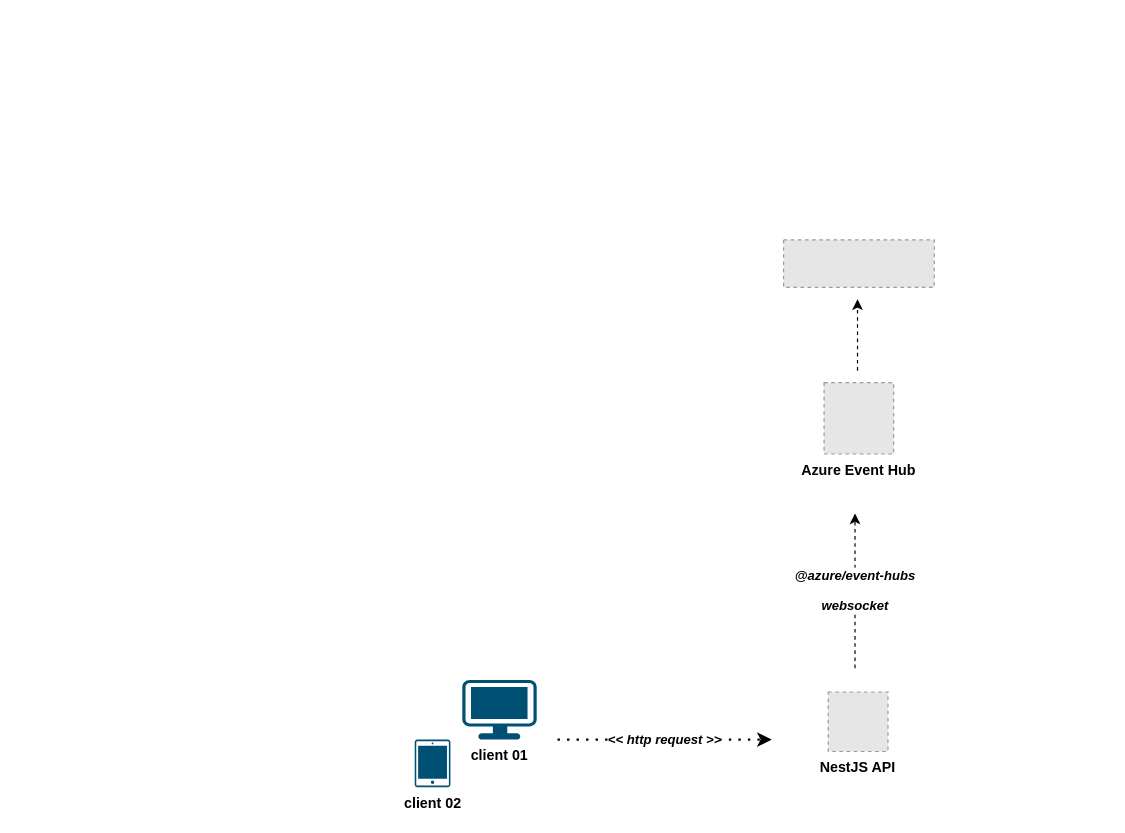
rribeiro93k/draw-docs keeps this draw.io diagram as page "Page-3" (3 of 3) of Via+Mobile-Front-ci-cd.drawio. Above is the earlier version. Source tidied: cells renumbered, new cells numbered last; positions are measured from the earlier drawing's top-left corner, leaving out a move shared by most shapes. Both pictures are drawn from the tidied source at 119%, with x=0, y=0 at pixel (414, 239). Pictures stored in the file or linked from it are replaced by grey dashed boxes.
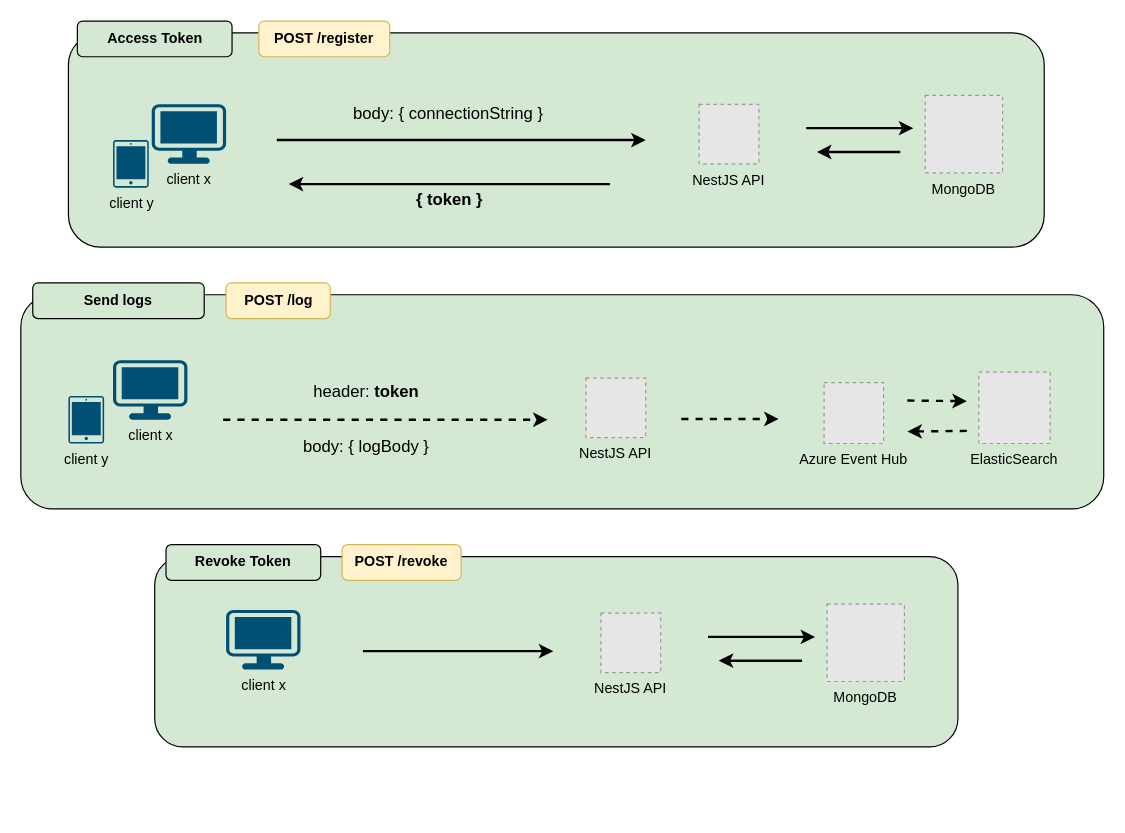
Above is the later version.

Diff of the diagram source:
```diff
@@
-    <mxCell id="2" style="edgeStyle=orthogonalEdgeStyle;rounded=0;orthogonalLoop=1;jettySize=auto;html=1;dashed=1;" parent="1" edge="1">
-      <mxGeometry relative="1" as="geometry">
-        <mxPoint x="372.1" y="110" as="sourcePoint" />
-        <mxPoint x="372.1" y="50" as="targetPoint" />
-      </mxGeometry>
-    </mxCell>
-    <mxCell id="3" value="&lt;i&gt;@azure/event-hubs&lt;br&gt;&lt;br&gt;websocket&lt;br&gt;&lt;/i&gt;" style="edgeStyle=orthogonalEdgeStyle;rounded=0;orthogonalLoop=1;jettySize=auto;html=1;entryX=0.5;entryY=1;entryDx=0;entryDy=0;entryPerimeter=0;dashed=1;labelBackgroundColor=default;fontStyle=1;" parent="1" edge="1">
-      <mxGeometry relative="1" as="geometry">
-        <mxPoint x="370" y="360" as="sourcePoint" />
-        <mxPoint x="370" y="230" as="targetPoint" />
-      </mxGeometry>
-    </mxCell>
-    <mxCell id="4" value="client 01" style="verticalLabelPosition=bottom;sketch=0;html=1;verticalAlign=top;align=center;shape=mxgraph.cisco19.workstation;fillColor=#005073;strokeColor=none;fontStyle=1;" parent="1" vertex="1">
-      <mxGeometry x="40" y="370" width="62.5" height="50" as="geometry" />
-    </mxCell>
-    <mxCell id="5" value="client 02" style="sketch=0;verticalLabelPosition=bottom;html=1;verticalAlign=top;align=center;shape=mxgraph.cisco19.handheld;fillColor=#005073;strokeColor=none;fontStyle=1;" parent="1" vertex="1">
-      <mxGeometry y="420" width="30" height="40" as="geometry" />
-    </mxCell>
-    <mxCell id="6" value="NestJS API" style="fillColor=#E6E6E6;strokeColor=#999999;dashed=1;verticalLabelPosition=bottom;labelBackgroundColor=default;verticalAlign=top;fontStyle=1;" parent="1" vertex="1">
-      <mxGeometry x="347.5" y="380" width="50.2" height="50" as="geometry" />
-    </mxCell>
-    <mxCell id="7" value="&lt;i&gt;&amp;lt;&amp;lt; http request &amp;gt;&amp;gt;&lt;/i&gt;" style="endArrow=classic;dashed=1;html=1;dashPattern=1 3;strokeWidth=2;rounded=0;endFill=1;fontStyle=1;" parent="1" edge="1">
-      <mxGeometry relative="1" as="geometry">
-        <mxPoint x="120" y="420" as="sourcePoint" />
-        <mxPoint x="300" y="420" as="targetPoint" />
-      </mxGeometry>
-    </mxCell>
-    <mxCell id="8" style="fillColor=#E6E6E6;strokeColor=#999999;dashed=1;verticalLabelPosition=bottom;labelBackgroundColor=default;verticalAlign=top;" parent="1" vertex="1">
-      <mxGeometry x="310" width="126.6" height="40" as="geometry" />
-    </mxCell>
+    <mxCell id="10" style="rounded=1;whiteSpace=wrap;html=1;fillColor=#d5e8d4;strokeColor=#000000;" parent="1" vertex="1">
+      <mxGeometry x="-291" y="-173.8" width="820" height="180" as="geometry" />
+    </mxCell>
+    <mxCell id="11" value="Access Token" style="rounded=1;whiteSpace=wrap;html=1;fillColor=#d5e8d4;strokeColor=#000000;fontStyle=1;" parent="1" vertex="1">
+      <mxGeometry x="-283.5" y="-183.8" width="130" height="30" as="geometry" />
+    </mxCell>
+    <mxCell id="12" value="&lt;span style=&quot;font-size: 14px;&quot;&gt;{ token }&lt;br&gt;&lt;/span&gt;" style="endArrow=classic;html=1;strokeWidth=2;rounded=0;endFill=1;fontStyle=1;fontSize=12;labelBackgroundColor=none;" parent="1" edge="1">
+      <mxGeometry y="13" relative="1" as="geometry">
+        <mxPoint x="164.1" y="-46.8" as="sourcePoint" />
+        <mxPoint x="-105.9" y="-46.8" as="targetPoint" />
+      </mxGeometry>
+    </mxCell>
+    <mxCell id="13" value="client x" style="verticalLabelPosition=bottom;sketch=0;html=1;verticalAlign=top;align=center;shape=mxgraph.cisco19.workstation;fillColor=#005073;strokeColor=none;fontStyle=0;" parent="1" vertex="1">
+      <mxGeometry x="-221" y="-113.8" width="62.5" height="50" as="geometry" />
+    </mxCell>
+    <mxCell id="14" value="client y" style="sketch=0;verticalLabelPosition=bottom;html=1;verticalAlign=top;align=center;shape=mxgraph.cisco19.handheld;fillColor=#005073;strokeColor=none;fontStyle=0;" parent="1" vertex="1">
+      <mxGeometry x="-253.5" y="-83.8" width="30" height="40" as="geometry" />
+    </mxCell>
+    <mxCell id="15" value="&lt;span style=&quot;font-size: 14px;&quot;&gt;&amp;nbsp; body: { connectionString }&amp;nbsp;&amp;nbsp;&lt;/span&gt;" style="endArrow=classic;html=1;strokeWidth=2;rounded=0;endFill=1;fontStyle=0;fontSize=12;labelBackgroundColor=none;" parent="1" edge="1">
+      <mxGeometry x="-0.07" y="22" relative="1" as="geometry">
+        <mxPoint x="-115.9" y="-83.8" as="sourcePoint" />
+        <mxPoint x="194.1" y="-83.8" as="targetPoint" />
+      </mxGeometry>
+    </mxCell>
+    <mxCell id="16" value="NestJS API" style="fillColor=#E6E6E6;strokeColor=#999999;dashed=1;verticalLabelPosition=bottom;labelBackgroundColor=none;verticalAlign=top;fontStyle=0;" parent="1" vertex="1">
+      <mxGeometry x="239" y="-113.8" width="50.2" height="50" as="geometry" />
+    </mxCell>
+    <mxCell id="17" style="endArrow=classic;html=1;strokeWidth=2;rounded=0;endFill=1;fontStyle=0;fontSize=12;labelBackgroundColor=none;" parent="1" edge="1">
+      <mxGeometry x="-0.16" relative="1" as="geometry">
+        <mxPoint x="329" y="-93.8" as="sourcePoint" />
+        <mxPoint x="419" y="-93.8" as="targetPoint" />
+      </mxGeometry>
+    </mxCell>
+    <mxCell id="18" style="endArrow=classic;html=1;strokeWidth=2;rounded=0;endFill=1;fontStyle=0;fontSize=12;labelBackgroundColor=none;" parent="1" edge="1">
+      <mxGeometry x="-0.16" relative="1" as="geometry">
+        <mxPoint x="408" y="-73.8" as="sourcePoint" />
+        <mxPoint x="338" y="-73.8" as="targetPoint" />
+      </mxGeometry>
+    </mxCell>
+    <mxCell id="19" value="MongoDB" style="fillColor=#E6E6E6;strokeColor=#999999;dashed=1;verticalLabelPosition=bottom;labelBackgroundColor=none;verticalAlign=top;" parent="1" vertex="1">
+      <mxGeometry x="429" y="-121.3" width="65" height="65" as="geometry" />
+    </mxCell>
+    <mxCell id="20" style="rounded=1;whiteSpace=wrap;html=1;fillColor=#d5e8d4;strokeColor=#000000;" parent="1" vertex="1">
+      <mxGeometry x="-331" y="46.2" width="910" height="180" as="geometry" />
+    </mxCell>
+    <mxCell id="21" value="Send logs" style="rounded=1;whiteSpace=wrap;html=1;fillColor=#d5e8d4;strokeColor=#000000;fontStyle=1;" parent="1" vertex="1">
+      <mxGeometry x="-321" y="36.2" width="144.1" height="30" as="geometry" />
+    </mxCell>
+    <mxCell id="22" value="client x" style="verticalLabelPosition=bottom;sketch=0;html=1;verticalAlign=top;align=center;shape=mxgraph.cisco19.workstation;fillColor=#005073;strokeColor=none;fontStyle=0;" parent="1" vertex="1">
+      <mxGeometry x="-253.5" y="101.2" width="62.5" height="50" as="geometry" />
+    </mxCell>
+    <mxCell id="23" value="client y" style="sketch=0;verticalLabelPosition=bottom;html=1;verticalAlign=top;align=center;shape=mxgraph.cisco19.handheld;fillColor=#005073;strokeColor=none;fontStyle=0;" parent="1" vertex="1">
+      <mxGeometry x="-291" y="131.2" width="30" height="40" as="geometry" />
+    </mxCell>
+    <mxCell id="24" value="&lt;font style=&quot;border-color: var(--border-color); font-weight: 700; font-size: 14px;&quot;&gt;&lt;span style=&quot;border-color: var(--border-color); font-weight: normal;&quot;&gt;header:&amp;nbsp;&lt;/span&gt;token&lt;/font&gt;&lt;br style=&quot;border-color: var(--border-color); font-weight: 700;&quot;&gt;&lt;br&gt;&lt;br style=&quot;border-color: var(--border-color); font-weight: 700; font-size: 14px;&quot;&gt;&lt;span style=&quot;border-color: var(--border-color); font-size: 14px;&quot;&gt;&amp;nbsp; body: { logBody }&amp;nbsp;&amp;nbsp;&lt;/span&gt;" style="endArrow=classic;html=1;strokeWidth=2;rounded=0;endFill=1;fontStyle=0;fontSize=12;labelBackgroundColor=none;dashed=1;" parent="1" edge="1">
+      <mxGeometry x="-0.12" relative="1" as="geometry">
+        <mxPoint x="-161" y="151.2" as="sourcePoint" />
+        <mxPoint x="111.7" y="151.2" as="targetPoint" />
+      </mxGeometry>
+    </mxCell>
+    <mxCell id="25" value="NestJS API" style="fillColor=#E6E6E6;strokeColor=#999999;dashed=1;verticalLabelPosition=bottom;labelBackgroundColor=none;verticalAlign=top;fontStyle=0;" parent="1" vertex="1">
+      <mxGeometry x="143.9" y="116.2" width="50.2" height="50" as="geometry" />
+    </mxCell>
+    <mxCell id="26" style="endArrow=classic;html=1;strokeWidth=2;rounded=0;endFill=1;fontStyle=0;fontSize=12;labelBackgroundColor=none;dashed=1;" parent="1" edge="1">
+      <mxGeometry x="-0.16" relative="1" as="geometry">
+        <mxPoint x="224" y="150.6" as="sourcePoint" />
+        <mxPoint x="305.8" y="150.6" as="targetPoint" />
+      </mxGeometry>
+    </mxCell>
-    <mxCell id="9" value="Azure Event Hub" style="fillColor=#E6E6E6;strokeColor=#999999;dashed=1;verticalLabelPosition=bottom;labelBackgroundColor=default;verticalAlign=top;fontStyle=1;" parent="1" vertex="1">
-      <mxGeometry x="344" y="120" width="58.5" height="60" as="geometry" />
+    <mxCell id="9" value="Azure Event Hub" style="fillColor=#E6E6E6;strokeColor=#999999;dashed=1;verticalLabelPosition=bottom;labelBackgroundColor=none;verticalAlign=top;fontStyle=0;" parent="1" vertex="1">
+      <mxGeometry x="344" y="120" width="50" height="51.2" as="geometry" />
     </mxCell>
+    <mxCell id="27" style="endArrow=classic;html=1;strokeWidth=2;rounded=0;endFill=1;fontStyle=0;fontSize=12;labelBackgroundColor=none;dashed=1;" parent="1" edge="1">
+      <mxGeometry x="-0.16" relative="1" as="geometry">
+        <mxPoint x="414" y="135.1" as="sourcePoint" />
+        <mxPoint x="464" y="135.6" as="targetPoint" />
+      </mxGeometry>
+    </mxCell>
+    <mxCell id="28" style="endArrow=classic;html=1;strokeWidth=2;rounded=0;endFill=1;fontStyle=0;fontSize=12;labelBackgroundColor=none;dashed=1;entryX=0.75;entryY=0.574;entryDx=0;entryDy=0;entryPerimeter=0;" parent="1" edge="1">
+      <mxGeometry x="-0.16" relative="1" as="geometry">
+        <mxPoint x="464" y="160.6" as="sourcePoint" />
+        <mxPoint x="414" y="161.1" as="targetPoint" />
+      </mxGeometry>
+    </mxCell>
+    <mxCell id="29" value="ElasticSearch" style="fillColor=#E6E6E6;strokeColor=#999999;dashed=1;verticalLabelPosition=bottom;labelBackgroundColor=none;verticalAlign=top;" parent="1" vertex="1">
+      <mxGeometry x="474" y="111.2" width="60" height="60" as="geometry" />
+    </mxCell>
+    <mxCell id="30" style="rounded=1;whiteSpace=wrap;html=1;fillColor=#d5e8d4;strokeColor=#000000;" parent="1" vertex="1">
+      <mxGeometry x="-218.5" y="266.2" width="675" height="160" as="geometry" />
+    </mxCell>
+    <mxCell id="31" value="Revoke Token" style="rounded=1;whiteSpace=wrap;html=1;fillColor=#d5e8d4;strokeColor=#000000;fontStyle=1;" parent="1" vertex="1">
+      <mxGeometry x="-209" y="256.2" width="130" height="30" as="geometry" />
+    </mxCell>
+    <mxCell id="32" value="client x" style="verticalLabelPosition=bottom;sketch=0;html=1;verticalAlign=top;align=center;shape=mxgraph.cisco19.workstation;fillColor=#005073;strokeColor=none;fontStyle=0;" parent="1" vertex="1">
+      <mxGeometry x="-158.5" y="311.2" width="62.5" height="50" as="geometry" />
+    </mxCell>
+    <mxCell id="33" style="endArrow=classic;html=1;strokeWidth=2;rounded=0;endFill=1;fontStyle=0;fontSize=12;labelBackgroundColor=none;" parent="1" edge="1">
+      <mxGeometry x="0.03" y="20" relative="1" as="geometry">
+        <mxPoint x="-43.5" y="345.7" as="sourcePoint" />
+        <mxPoint x="116.5" y="345.7" as="targetPoint" />
+      </mxGeometry>
+    </mxCell>
+    <mxCell id="34" value="NestJS API" style="fillColor=#E6E6E6;strokeColor=#999999;dashed=1;verticalLabelPosition=bottom;labelBackgroundColor=none;verticalAlign=top;fontStyle=0;" parent="1" vertex="1">
+      <mxGeometry x="156.5" y="313.7" width="50.2" height="50" as="geometry" />
+    </mxCell>
+    <mxCell id="35" style="endArrow=classic;html=1;strokeWidth=2;rounded=0;endFill=1;fontStyle=0;fontSize=12;labelBackgroundColor=none;" parent="1" edge="1">
+      <mxGeometry x="-0.16" relative="1" as="geometry">
+        <mxPoint x="246.5" y="333.7" as="sourcePoint" />
+        <mxPoint x="336.5" y="333.7" as="targetPoint" />
+      </mxGeometry>
+    </mxCell>
+    <mxCell id="36" style="endArrow=classic;html=1;strokeWidth=2;rounded=0;endFill=1;fontStyle=0;fontSize=12;labelBackgroundColor=none;" parent="1" edge="1">
+      <mxGeometry x="-0.16" relative="1" as="geometry">
+        <mxPoint x="325.5" y="353.7" as="sourcePoint" />
+        <mxPoint x="255.5" y="353.7" as="targetPoint" />
+      </mxGeometry>
+    </mxCell>
+    <mxCell id="37" value="MongoDB" style="fillColor=#E6E6E6;strokeColor=#999999;dashed=1;verticalLabelPosition=bottom;labelBackgroundColor=none;verticalAlign=top;" parent="1" vertex="1">
+      <mxGeometry x="346.5" y="306.2" width="65" height="65" as="geometry" />
+    </mxCell>
+    <mxCell id="38" value="POST /log" style="rounded=1;whiteSpace=wrap;html=1;fillColor=#fff2cc;strokeColor=#d6b656;fontStyle=1;" parent="1" vertex="1">
+      <mxGeometry x="-158.5" y="36.2" width="87.5" height="30" as="geometry" />
+    </mxCell>
+    <mxCell id="39" value="POST /register" style="rounded=1;whiteSpace=wrap;html=1;fillColor=#fff2cc;strokeColor=#d6b656;fontStyle=1;" parent="1" vertex="1">
+      <mxGeometry x="-131" y="-183.8" width="110" height="30" as="geometry" />
+    </mxCell>
+    <mxCell id="40" value="POST /revoke" style="rounded=1;whiteSpace=wrap;html=1;fillColor=#fff2cc;strokeColor=#d6b656;fontStyle=1;" parent="1" vertex="1">
+      <mxGeometry x="-61" y="256.2" width="100" height="30" as="geometry" />
+    </mxCell>
```
